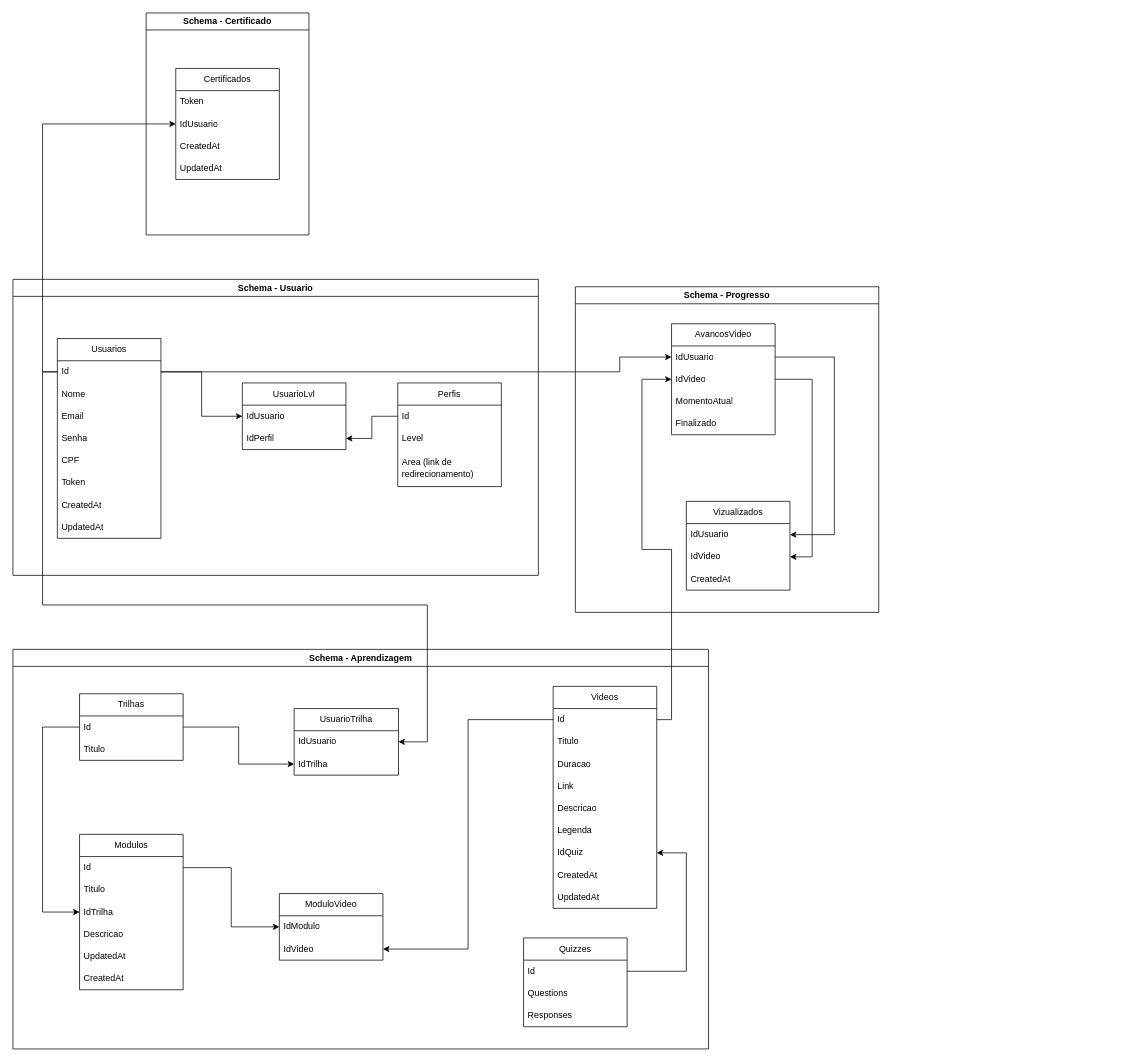
This is diagrama.drawio from Squad18-PortoDigital/Banco, a draw.io file, before an edit. Source tidied: cells renumbered, new cells numbered last; positions are measured from the earlier drawing's top-left corner, leaving out a move shared by most shapes. Both pictures are drawn from the tidied source at 74%, with x=0, y=0 at pixel (13, 13).
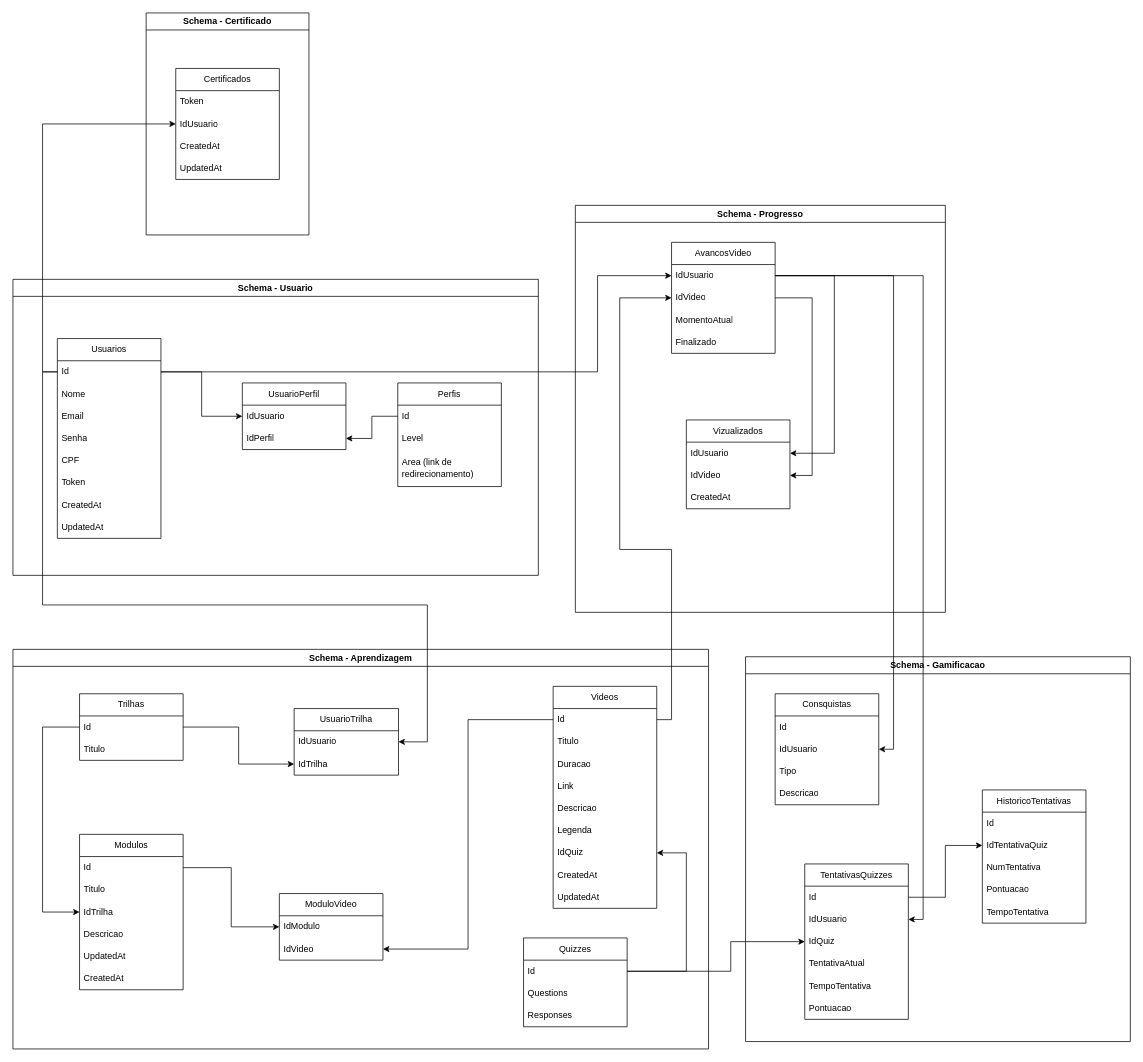
The same page after the edit.

Commit message:
checagem do esquema e adicição do schema de gamificação

The change refers to these unchanged cells:
```xml
<mxCell id="2" value="Schema - Usuario" style="swimlane;whiteSpace=wrap;html=1;" parent="1" vertex="1">
  <mxGeometry y="360" width="710" height="400" as="geometry" />
</mxCell>
<mxCell id="4" value="Id" style="text;strokeColor=none;fillColor=none;align=left;verticalAlign=middle;spacingLeft=4;spacingRight=4;overflow=hidden;points=[[0,0.5],[1,0.5]];portConstraint=eastwest;whiteSpace=wrap;html=1;" parent="3" vertex="1">
  <mxGeometry y="30" width="140" height="30" as="geometry" />
</mxCell>
<mxCell id="33" value="Id" style="text;strokeColor=none;fillColor=none;align=left;verticalAlign=middle;spacingLeft=4;spacingRight=4;overflow=hidden;points=[[0,0.5],[1,0.5]];portConstraint=eastwest;whiteSpace=wrap;html=1;" parent="32" vertex="1">
  <mxGeometry y="30" width="140" height="30" as="geometry" />
</mxCell>
<mxCell id="47" value="Id" style="text;strokeColor=none;fillColor=none;align=left;verticalAlign=middle;spacingLeft=4;spacingRight=4;overflow=hidden;points=[[0,0.5],[1,0.5]];portConstraint=eastwest;whiteSpace=wrap;html=1;" parent="46" vertex="1">
  <mxGeometry y="30" width="140" height="30" as="geometry" />
</mxCell>
<mxCell id="60" value="IdUsuario" style="text;strokeColor=none;fillColor=none;align=left;verticalAlign=middle;spacingLeft=4;spacingRight=4;overflow=hidden;points=[[0,0.5],[1,0.5]];portConstraint=eastwest;whiteSpace=wrap;html=1;" parent="59" vertex="1">
  <mxGeometry y="30" width="140" height="30" as="geometry" />
</mxCell>
<mxCell id="61" value="IdVideo" style="text;strokeColor=none;fillColor=none;align=left;verticalAlign=middle;spacingLeft=4;spacingRight=4;overflow=hidden;points=[[0,0.5],[1,0.5]];portConstraint=eastwest;whiteSpace=wrap;html=1;" parent="59" vertex="1">
  <mxGeometry y="60" width="140" height="30" as="geometry" />
</mxCell>
```

Change to the diagram source:
```diff
@@
-    <mxCell id="16" value="UsuarioLvl" style="swimlane;fontStyle=0;horizontal=1;startSize=30;whiteSpace=wrap;html=1;" parent="2" vertex="1">
+    <mxCell id="16" value="UsuarioPerfil" style="swimlane;fontStyle=0;horizontal=1;startSize=30;whiteSpace=wrap;html=1;" parent="2" vertex="1">
       <mxGeometry x="310" y="140" width="140" height="90" as="geometry" />
     </mxCell>
@@
     <mxCell id="58" value="Schema - Progresso" style="swimlane;whiteSpace=wrap;html=1;" parent="1" vertex="1">
-      <mxGeometry x="760" y="370" width="410" height="440" as="geometry" />
+      <mxGeometry x="760" y="260" width="500" height="550" as="geometry" />
     </mxCell>
@@
     <mxCell id="70" style="edgeStyle=orthogonalEdgeStyle;rounded=0;jettySize=auto;html=1;exitX=1;exitY=0.5;exitDx=0;exitDy=0;entryX=0;entryY=0.5;entryDx=0;entryDy=0;" parent="1" edge="1" source="4" target="60">
       <mxGeometry relative="1" as="geometry">
         <Array as="points">
-          <mxPoint x="820" y="485" />
-          <mxPoint x="820" y="465" />
+          <mxPoint x="790" y="485" />
+          <mxPoint x="790" y="355" />
         </Array>
       </mxGeometry>
     </mxCell>
     <mxCell id="71" style="edgeStyle=orthogonalEdgeStyle;rounded=0;jettySize=auto;html=1;exitX=1;exitY=0.5;exitDx=0;exitDy=0;entryX=0;entryY=0.5;entryDx=0;entryDy=0;" parent="1" edge="1" source="33" target="61">
       <mxGeometry relative="1" as="geometry">
         <Array as="points">
           <mxPoint x="890" y="955" />
           <mxPoint x="890" y="725" />
-          <mxPoint x="850" y="725" />
-          <mxPoint x="850" y="495" />
+          <mxPoint x="820" y="725" />
+          <mxPoint x="820" y="385" />
         </Array>
       </mxGeometry>
     </mxCell>
@@
+    <mxCell id="79" value="Schema - Gamificacao" style="swimlane;whiteSpace=wrap;html=1;" parent="1" vertex="1">
+      <mxGeometry x="990" y="870" width="520" height="520" as="geometry" />
+    </mxCell>
+    <mxCell id="80" value="Consquistas" style="swimlane;fontStyle=0;horizontal=1;startSize=30;whiteSpace=wrap;html=1;" parent="79" vertex="1">
+      <mxGeometry x="40" y="50" width="140" height="150" as="geometry" />
+    </mxCell>
+    <mxCell id="81" value="Id" style="text;strokeColor=none;fillColor=none;align=left;verticalAlign=middle;spacingLeft=4;spacingRight=4;overflow=hidden;whiteSpace=wrap;html=1;" parent="80" vertex="1">
+      <mxGeometry y="30" width="140" height="30" as="geometry" />
+    </mxCell>
+    <mxCell id="82" value="IdUsuario" style="text;strokeColor=none;fillColor=none;align=left;verticalAlign=middle;spacingLeft=4;spacingRight=4;overflow=hidden;points=[[0,0.5],[1,0.5]];portConstraint=eastwest;whiteSpace=wrap;html=1;" parent="80" vertex="1">
+      <mxGeometry y="60" width="140" height="30" as="geometry" />
+    </mxCell>
+    <mxCell id="83" value="Tipo" style="text;strokeColor=none;fillColor=none;align=left;verticalAlign=middle;spacingLeft=4;spacingRight=4;overflow=hidden;whiteSpace=wrap;html=1;" parent="80" vertex="1">
+      <mxGeometry y="90" width="140" height="30" as="geometry" />
+    </mxCell>
+    <mxCell id="84" value="Descricao" style="text;strokeColor=none;fillColor=none;align=left;verticalAlign=middle;spacingLeft=4;spacingRight=4;overflow=hidden;whiteSpace=wrap;html=1;" parent="80" vertex="1">
+      <mxGeometry y="120" width="140" height="30" as="geometry" />
+    </mxCell>
+    <mxCell id="85" value="TentativasQuizzes" style="swimlane;fontStyle=0;horizontal=1;startSize=30;whiteSpace=wrap;html=1;" parent="79" vertex="1">
+      <mxGeometry x="80" y="280" width="140" height="210" as="geometry" />
+    </mxCell>
+    <mxCell id="86" value="Id" style="text;strokeColor=none;fillColor=none;align=left;verticalAlign=middle;spacingLeft=4;spacingRight=4;overflow=hidden;points=[[0,0.5],[1,0.5]];portConstraint=eastwest;whiteSpace=wrap;html=1;" parent="85" vertex="1">
+      <mxGeometry y="30" width="140" height="30" as="geometry" />
+    </mxCell>
+    <mxCell id="87" value="IdUsuario" style="text;strokeColor=none;fillColor=none;align=left;verticalAlign=middle;spacingLeft=4;spacingRight=4;overflow=hidden;points=[[0,0.5],[1,0.5]];portConstraint=eastwest;whiteSpace=wrap;html=1;" parent="85" vertex="1">
+      <mxGeometry y="60" width="140" height="30" as="geometry" />
+    </mxCell>
+    <mxCell id="88" value="IdQuiz" style="text;strokeColor=none;fillColor=none;align=left;verticalAlign=middle;spacingLeft=4;spacingRight=4;overflow=hidden;points=[[0,0.5],[1,0.5]];portConstraint=eastwest;whiteSpace=wrap;html=1;" parent="85" vertex="1">
+      <mxGeometry y="90" width="140" height="30" as="geometry" />
+    </mxCell>
+    <mxCell id="89" value="TentativaAtual" style="text;strokeColor=none;fillColor=none;align=left;verticalAlign=middle;spacingLeft=4;spacingRight=4;overflow=hidden;whiteSpace=wrap;html=1;" parent="85" vertex="1">
+      <mxGeometry y="120" width="140" height="30" as="geometry" />
+    </mxCell>
+    <mxCell id="90" value="TempoTentativa" style="text;strokeColor=none;fillColor=none;align=left;verticalAlign=middle;spacingLeft=4;spacingRight=4;overflow=hidden;whiteSpace=wrap;html=1;" parent="85" vertex="1">
+      <mxGeometry y="150" width="140" height="30" as="geometry" />
+    </mxCell>
+    <mxCell id="91" value="Pontuacao" style="text;strokeColor=none;fillColor=none;align=left;verticalAlign=middle;spacingLeft=4;spacingRight=4;overflow=hidden;whiteSpace=wrap;html=1;" parent="85" vertex="1">
+      <mxGeometry y="180" width="140" height="30" as="geometry" />
+    </mxCell>
+    <mxCell id="92" value="HistoricoTentativas" style="swimlane;fontStyle=0;horizontal=1;startSize=30;whiteSpace=wrap;html=1;" parent="79" vertex="1">
+      <mxGeometry x="320" y="180" width="140" height="180" as="geometry" />
+    </mxCell>
+    <mxCell id="93" value="Id" style="text;strokeColor=none;fillColor=none;align=left;verticalAlign=middle;spacingLeft=4;spacingRight=4;overflow=hidden;whiteSpace=wrap;html=1;" parent="92" vertex="1">
+      <mxGeometry y="30" width="140" height="30" as="geometry" />
+    </mxCell>
+    <mxCell id="94" value="IdTentativaQuiz" style="text;strokeColor=none;fillColor=none;align=left;verticalAlign=middle;spacingLeft=4;spacingRight=4;overflow=hidden;points=[[0,0.5],[1,0.5]];portConstraint=eastwest;whiteSpace=wrap;html=1;" parent="92" vertex="1">
+      <mxGeometry y="60" width="140" height="30" as="geometry" />
+    </mxCell>
+    <mxCell id="95" value="NumTentativa" style="text;strokeColor=none;fillColor=none;align=left;verticalAlign=middle;spacingLeft=4;spacingRight=4;overflow=hidden;whiteSpace=wrap;html=1;" parent="92" vertex="1">
+      <mxGeometry y="90" width="140" height="30" as="geometry" />
+    </mxCell>
+    <mxCell id="96" value="Pontuacao" style="text;strokeColor=none;fillColor=none;align=left;verticalAlign=middle;spacingLeft=4;spacingRight=4;overflow=hidden;whiteSpace=wrap;html=1;" parent="92" vertex="1">
+      <mxGeometry y="120" width="140" height="30" as="geometry" />
+    </mxCell>
+    <mxCell id="97" value="TempoTentativa" style="text;strokeColor=none;fillColor=none;align=left;verticalAlign=middle;spacingLeft=4;spacingRight=4;overflow=hidden;whiteSpace=wrap;html=1;" parent="92" vertex="1">
+      <mxGeometry y="150" width="140" height="30" as="geometry" />
+    </mxCell>
+    <mxCell id="98" style="edgeStyle=orthogonalEdgeStyle;rounded=0;jettySize=auto;html=1;exitX=1;exitY=0.5;exitDx=0;exitDy=0;entryX=0;entryY=0.5;entryDx=0;entryDy=0;" parent="79" edge="1" source="86" target="94">
+      <mxGeometry relative="1" as="geometry" />
+    </mxCell>
+    <mxCell id="99" style="edgeStyle=orthogonalEdgeStyle;rounded=0;jettySize=auto;html=1;exitX=1;exitY=0.5;exitDx=0;exitDy=0;entryX=1;entryY=0.5;entryDx=0;entryDy=0;" parent="1" edge="1" source="60" target="82">
+      <mxGeometry relative="1" as="geometry">
+        <Array as="points">
+          <mxPoint x="1190" y="355" />
+          <mxPoint x="1190" y="995" />
+        </Array>
+      </mxGeometry>
+    </mxCell>
+    <mxCell id="100" style="edgeStyle=orthogonalEdgeStyle;rounded=0;jettySize=auto;html=1;exitX=1;exitY=0.5;exitDx=0;exitDy=0;entryX=1;entryY=0.5;entryDx=0;entryDy=0;" parent="1" edge="1" source="60" target="87">
+      <mxGeometry relative="1" as="geometry">
+        <Array as="points">
+          <mxPoint x="1230" y="355" />
+          <mxPoint x="1230" y="1225" />
+        </Array>
+      </mxGeometry>
+    </mxCell>
+    <mxCell id="101" style="edgeStyle=orthogonalEdgeStyle;rounded=0;jettySize=auto;html=1;exitX=1;exitY=0.5;exitDx=0;exitDy=0;entryX=0;entryY=0.5;entryDx=0;entryDy=0;" parent="1" edge="1" source="47" target="88">
+      <mxGeometry relative="1" as="geometry">
+        <Array as="points">
+          <mxPoint x="970" y="1295" />
+          <mxPoint x="970" y="1255" />
+        </Array>
+      </mxGeometry>
+    </mxCell>
```
